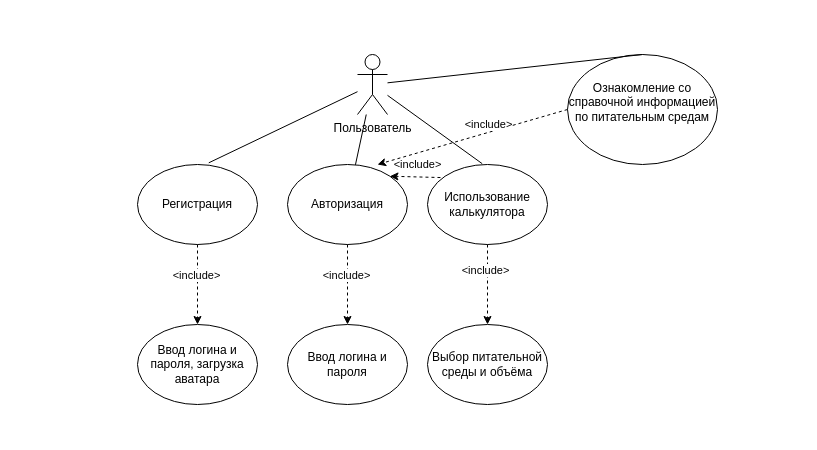
Above: use-case_user.drawio in eva01pilot/plant-tissue-diagrams (draw.io), before the change. Source tidied: cells renumbered, new cells numbered last; positions are measured from the earlier drawing's top-left corner, leaving out a move shared by most shapes. Both pictures are drawn from the tidied source at 100%, with x=0, y=0 at pixel (137, 54).
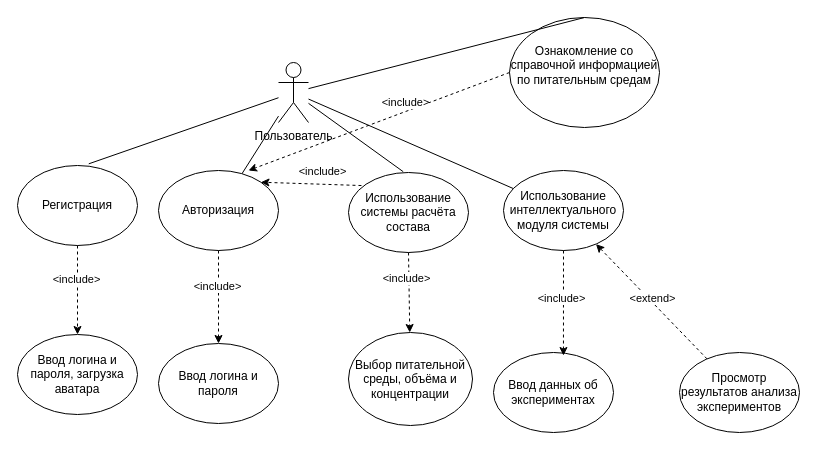
The same diagram, later.

The edit, as a diff of the source:
```diff
@@
     <mxCell id="2" value="Пользователь" style="shape=umlActor;verticalLabelPosition=bottom;verticalAlign=top;html=1;outlineConnect=0;" parent="1" vertex="1">
-      <mxGeometry x="220" width="30" height="60" as="geometry" />
+      <mxGeometry x="141" y="8" width="30" height="60" as="geometry" />
     </mxCell>
     <mxCell id="3" value="Регистрация" style="ellipse;whiteSpace=wrap;html=1;" parent="1" vertex="1">
-      <mxGeometry y="110" width="120" height="80" as="geometry" />
+      <mxGeometry x="-120" y="111" width="120" height="80" as="geometry" />
     </mxCell>
     <mxCell id="4" value="Авторизация" style="ellipse;whiteSpace=wrap;html=1;" parent="1" vertex="1">
-      <mxGeometry x="150" y="110" width="120" height="80" as="geometry" />
+      <mxGeometry x="21" y="116" width="120" height="80" as="geometry" />
     </mxCell>
-    <mxCell id="5" value="Использование калькулятора" style="ellipse;whiteSpace=wrap;html=1;" parent="1" vertex="1">
-      <mxGeometry x="290" y="110" width="120" height="80" as="geometry" />
+    <mxCell id="5" value="Использование системы расчёта состава" style="ellipse;whiteSpace=wrap;html=1;" parent="1" vertex="1">
+      <mxGeometry x="211" y="118" width="120" height="80" as="geometry" />
     </mxCell>
@@
     <mxCell id="9" value="Ввод логина и пароля, загрузка аватара" style="ellipse;whiteSpace=wrap;html=1;" parent="1" vertex="1">
-      <mxGeometry y="270" width="120" height="80" as="geometry" />
+      <mxGeometry x="-120" y="280" width="120" height="80" as="geometry" />
     </mxCell>
@@
     <mxCell id="12" value="Ввод логина и пароля" style="ellipse;whiteSpace=wrap;html=1;" parent="1" vertex="1">
-      <mxGeometry x="150" y="270" width="120" height="80" as="geometry" />
+      <mxGeometry x="21" y="289" width="120" height="80" as="geometry" />
     </mxCell>
@@
-    <mxCell id="15" value="&lt;div&gt;Выбор питательной среды и объёма&lt;/div&gt;" style="ellipse;whiteSpace=wrap;html=1;" parent="1" vertex="1">
-      <mxGeometry x="290" y="270" width="120" height="80" as="geometry" />
+    <mxCell id="15" value="&lt;div&gt;Выбор питательной среды, объёма и концентрации&lt;br&gt;&lt;/div&gt;" style="ellipse;whiteSpace=wrap;html=1;" parent="1" vertex="1">
+      <mxGeometry x="211" y="278" width="124" height="93" as="geometry" />
     </mxCell>
@@
     <mxCell id="18" value="&lt;div&gt;Ознакомление со справочной информацией по питательным средам&lt;/div&gt;&lt;div&gt;&lt;br&gt;&lt;/div&gt;" style="ellipse;whiteSpace=wrap;html=1;" parent="1" vertex="1">
-      <mxGeometry x="430" width="150" height="110" as="geometry" />
+      <mxGeometry x="372" y="-37" width="150" height="110" as="geometry" />
     </mxCell>
@@
+    <mxCell id="24" style="rounded=0;jettySize=auto;html=1;dashed=1;" parent="1" edge="1" source="31" target="26">
+      <mxGeometry relative="1" as="geometry" />
+    </mxCell>
+    <mxCell id="25" value="&amp;lt;extend&amp;gt;" style="edgeLabel;html=1;align=center;verticalAlign=middle;" parent="24" vertex="1">
+      <mxGeometry x="0.03" y="-3" relative="1" as="geometry" />
+    </mxCell>
+    <mxCell id="26" value="Использование интеллектуального модуля системы" style="ellipse;whiteSpace=wrap;html=1;" parent="1" vertex="1">
+      <mxGeometry x="366" y="116" width="120" height="80" as="geometry" />
+    </mxCell>
+    <mxCell id="27" style="endArrow=none;html=1;rounded=0;" parent="1" edge="1" source="2" target="26">
+      <mxGeometry relative="1" as="geometry" />
+    </mxCell>
+    <mxCell id="28" value="Ввод данных об экспериментах" style="ellipse;whiteSpace=wrap;html=1;" parent="1" vertex="1">
+      <mxGeometry x="356" y="298" width="120" height="80" as="geometry" />
+    </mxCell>
+    <mxCell id="29" style="edgeStyle=orthogonalEdgeStyle;rounded=0;jettySize=auto;html=1;entryX=0.583;entryY=0.038;entryDx=0;entryDy=0;entryPerimeter=0;dashed=1;" parent="1" edge="1" source="26" target="28">
+      <mxGeometry relative="1" as="geometry" />
+    </mxCell>
+    <mxCell id="30" value="&amp;lt;include&amp;gt;" style="edgeLabel;html=1;align=center;verticalAlign=middle;" parent="29" vertex="1">
+      <mxGeometry x="-0.09" y="-2" relative="1" as="geometry" />
+    </mxCell>
+    <mxCell id="31" value="Просмотр результатов анализа экспериментов" style="ellipse;whiteSpace=wrap;html=1;" parent="1" vertex="1">
+      <mxGeometry x="542" y="298" width="120" height="80" as="geometry" />
+    </mxCell>
```
